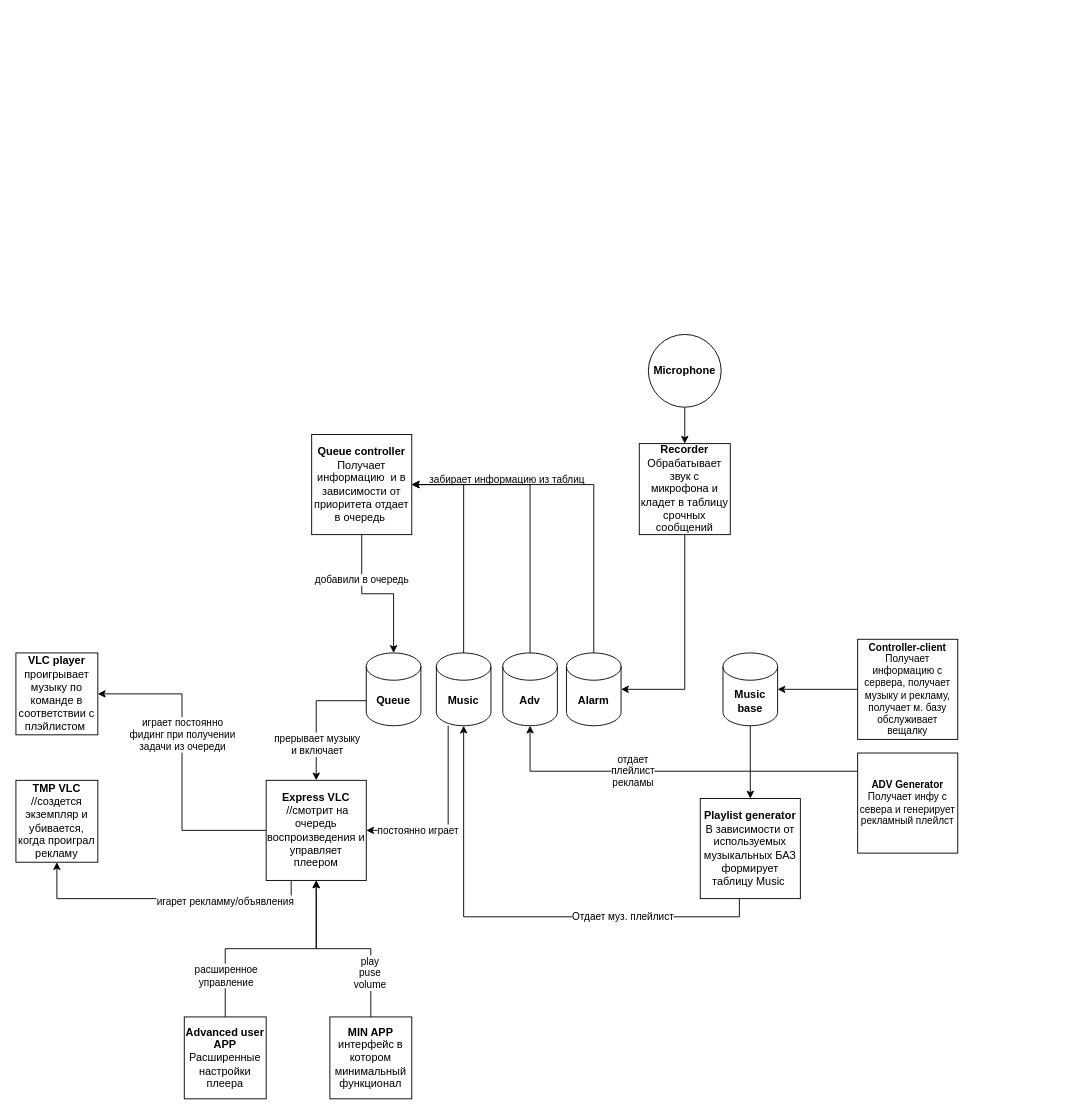
Before: player-schema.drawio in lex1010011010/a1-network-map, a draw.io diagram. Source tidied: cells renumbered, new cells numbered last; positions are measured from the earlier drawing's top-left corner, leaving out a move shared by most shapes. Both pictures are drawn from the tidied source at 91%, with x=0, y=0 at pixel (15, 334).
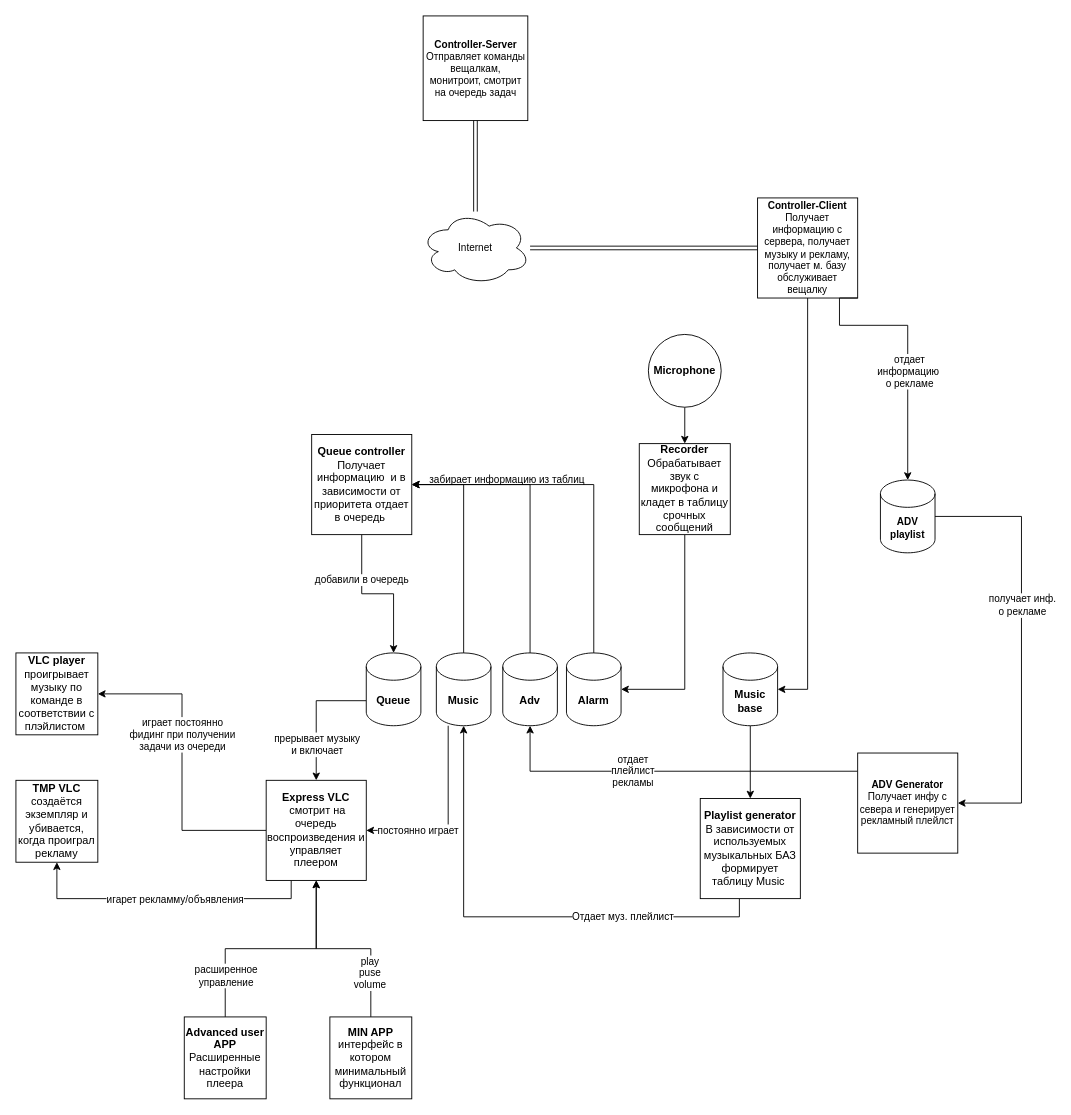
The same page after the edit.

Unchanged cells that the change refers to:
```xml
<mxCell id="11" style="edgeStyle=orthogonalEdgeStyle;rounded=0;jettySize=auto;html=1;fontSize=11;exitX=0.25;exitY=1;exitDx=0;exitDy=0;" parent="1" edge="1" source="13" target="3">
  <mxGeometry relative="1" as="geometry">
    <Array as="points">
      <mxPoint x="303" y="620" />
      <mxPoint x="45" y="620" />
    </Array>
  </mxGeometry>
</mxCell>
<mxCell id="15" value="&lt;b&gt;Music base&lt;/b&gt;" style="shape=cylinder3;whiteSpace=wrap;html=1;boundedLbl=1;backgroundOutline=1;size=15;" parent="1" vertex="1">
  <mxGeometry x="777" y="350" width="60" height="80" as="geometry" />
</mxCell>
<mxCell id="41" value="&lt;b&gt;ADV Generator&lt;/b&gt;&lt;br&gt;Получает инфу с севера и генерирует рекламный плейлст" style="whiteSpace=wrap;html=1;fontSize=11;" parent="1" vertex="1">
  <mxGeometry x="925" y="460" width="110" height="110" as="geometry" />
</mxCell>
```

Diff of the diagram source:
```diff
@@
-    <mxCell id="3" value="&lt;b&gt;TMP VLC&lt;/b&gt;&lt;br&gt;//создется экземпляр и убивается, когда проиграл рекламу" style="whiteSpace=wrap;html=1;" parent="1" vertex="1">
+    <mxCell id="3" value="&lt;b&gt;TMP VLC&lt;/b&gt;&lt;br&gt;создаётся экземпляр и убивается, когда проиграл рекламу" style="whiteSpace=wrap;html=1;" parent="1" vertex="1">
       <mxGeometry y="490" width="90" height="90" as="geometry" />
     </mxCell>
@@
     <mxCell id="12" value="игарет рекламму/объявления" style="edgeLabel;html=1;align=center;verticalAlign=middle;fontSize=11;" parent="11" vertex="1">
       <mxGeometry x="-0.12" y="2" relative="1" as="geometry">
-        <mxPoint x="47" as="offset" />
+        <mxPoint x="-8" y="-2" as="offset" />
       </mxGeometry>
     </mxCell>
-    <mxCell id="13" value="&lt;b&gt;Express VLC&lt;br&gt;&lt;/b&gt;&amp;nbsp;//смотрит на очередь воспроизведения и управляет плеером" style="whiteSpace=wrap;html=1;" parent="1" vertex="1">
+    <mxCell id="13" value="&lt;b&gt;Express VLC&lt;br&gt;&lt;/b&gt;&amp;nbsp;смотрит на очередь воспроизведения и управляет плеером" style="whiteSpace=wrap;html=1;" parent="1" vertex="1">
       <mxGeometry x="275" y="490" width="110" height="110" as="geometry" />
     </mxCell>
@@
     <mxCell id="42" style="edgeStyle=orthogonalEdgeStyle;rounded=0;jettySize=auto;html=1;entryX=1;entryY=0.5;entryDx=0;entryDy=0;entryPerimeter=0;fontSize=11;" parent="1" edge="1" source="43" target="15">
-      <mxGeometry relative="1" as="geometry" />
+      <mxGeometry relative="1" as="geometry">
+        <Array as="points">
+          <mxPoint x="870" y="390" />
+        </Array>
+      </mxGeometry>
     </mxCell>
+    <mxCell id="44" style="edgeStyle=orthogonalEdgeStyle;rounded=0;jettySize=auto;html=1;fontSize=11;endArrow=classic;endFill=1;shape=link;" parent="1" edge="1" source="43" target="47">
+      <mxGeometry relative="1" as="geometry" />
+    </mxCell>
-    <mxCell id="43" value="&lt;b&gt;Controller-client&lt;/b&gt;&lt;br&gt;Получает информацию с сервера, получает музыку и рекламу, получает м. базу обслуживает вещалку" style="whiteSpace=wrap;html=1;fontSize=11;" parent="1" vertex="1">
-      <mxGeometry x="925" y="335" width="110" height="110" as="geometry" />
+    <mxCell id="43" value="&lt;b&gt;Controller-Client&lt;/b&gt;&lt;br&gt;Получает информацию с сервера, получает музыку и рекламу, получает м. базу обслуживает вещалку" style="whiteSpace=wrap;html=1;fontSize=11;" parent="1" vertex="1">
+      <mxGeometry x="815" y="-150" width="110" height="110" as="geometry" />
     </mxCell>
+    <mxCell id="45" value="&lt;b&gt;Controller-Server&lt;/b&gt;&lt;br&gt;Отправляет команды вещалкам, монитроит, смотрит на очередь задач" style="whiteSpace=wrap;html=1;fontSize=11;" parent="1" vertex="1">
+      <mxGeometry x="447.5" y="-350" width="115" height="115" as="geometry" />
+    </mxCell>
+    <mxCell id="46" style="edgeStyle=orthogonalEdgeStyle;shape=link;rounded=0;jettySize=auto;html=1;fontSize=11;endArrow=classic;endFill=1;" parent="1" edge="1" source="47" target="45">
+      <mxGeometry relative="1" as="geometry" />
+    </mxCell>
+    <mxCell id="47" value="Internet" style="ellipse;shape=cloud;whiteSpace=wrap;html=1;fontSize=11;" parent="1" vertex="1">
+      <mxGeometry x="445" y="-135" width="120" height="80" as="geometry" />
+    </mxCell>
+    <mxCell id="48" style="edgeStyle=orthogonalEdgeStyle;rounded=0;jettySize=auto;html=1;entryX=1;entryY=0.5;entryDx=0;entryDy=0;fontSize=11;endArrow=classic;endFill=1;exitX=1;exitY=0.5;exitDx=0;exitDy=0;exitPerimeter=0;" parent="1" edge="1" source="52" target="41">
+      <mxGeometry relative="1" as="geometry">
+        <Array as="points">
+          <mxPoint x="1105" y="200" />
+          <mxPoint x="1105" y="515" />
+        </Array>
+      </mxGeometry>
+    </mxCell>
+    <mxCell id="49" value="получает инф.&lt;br&gt;о рекламе" style="edgeLabel;html=1;align=center;verticalAlign=middle;fontSize=11;" parent="48" vertex="1">
+      <mxGeometry x="-0.2" relative="1" as="geometry" />
+    </mxCell>
+    <mxCell id="50" style="edgeStyle=orthogonalEdgeStyle;rounded=0;jettySize=auto;html=1;fontSize=11;endArrow=classic;endFill=1;exitX=1;exitY=1;exitDx=0;exitDy=0;" parent="1" edge="1" source="43">
+      <mxGeometry relative="1" as="geometry">
+        <mxPoint x="980" y="160" as="targetPoint" />
+        <Array as="points">
+          <mxPoint x="905" y="-40" />
+          <mxPoint x="905" y="-10" />
+          <mxPoint x="980" y="-10" />
+        </Array>
+      </mxGeometry>
+    </mxCell>
+    <mxCell id="51" value="отдает&lt;br&gt;информацию&amp;nbsp;&lt;br&gt;о рекламе" style="edgeLabel;html=1;align=center;verticalAlign=middle;fontSize=11;" parent="50" vertex="1">
+      <mxGeometry x="-0.27" y="1" relative="1" as="geometry">
+        <mxPoint x="18" y="51" as="offset" />
+      </mxGeometry>
+    </mxCell>
+    <mxCell id="52" value="&lt;b&gt;ADV playlist&lt;/b&gt;" style="shape=cylinder3;whiteSpace=wrap;html=1;boundedLbl=1;backgroundOutline=1;size=15;fontSize=11;" parent="1" vertex="1">
+      <mxGeometry x="950" y="160" width="60" height="80" as="geometry" />
+    </mxCell>
```
